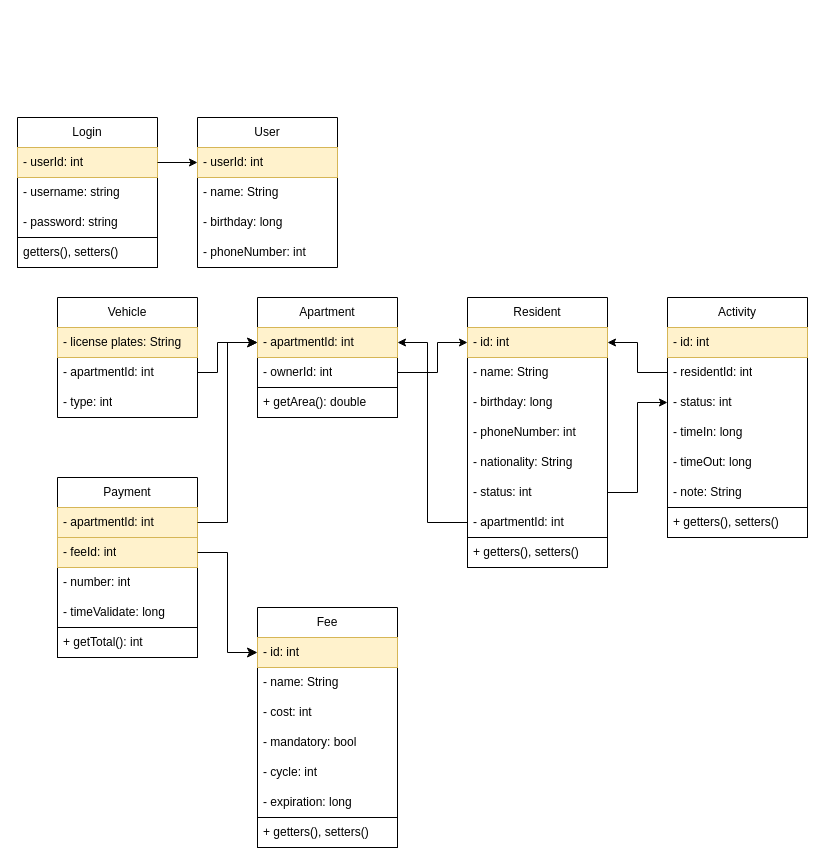
Above: sqlChart.drawio in liguang612/ApartmentManagement (draw.io), before the change. Source tidied: cells renumbered, new cells numbered last; positions are measured from the earlier drawing's top-left corner, leaving out a move shared by most shapes. Both pictures are drawn from the tidied source at 100%, with x=0, y=0 at pixel (17, 117).
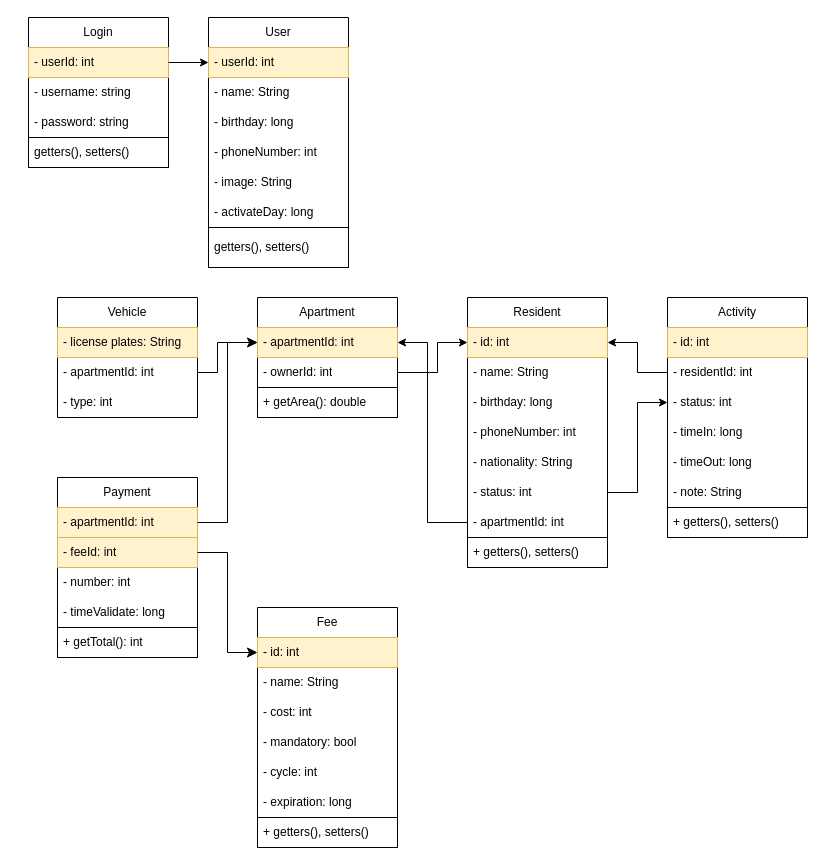
After the change.

What changed in the source:
```diff
@@
     <mxCell id="2" value="Login" style="swimlane;fontStyle=0;horizontal=1;startSize=30;whiteSpace=wrap;html=1;" parent="1" vertex="1">
-      <mxGeometry width="140" height="150" as="geometry" />
+      <mxGeometry x="11" y="-100" width="140" height="150" as="geometry" />
     </mxCell>
@@
     <mxCell id="8" value="User" style="swimlane;fontStyle=0;horizontal=1;startSize=30;whiteSpace=wrap;html=1;" parent="1" vertex="1">
-      <mxGeometry x="180" width="140" height="150" as="geometry" />
+      <mxGeometry x="191" y="-100" width="140" height="250" as="geometry" />
     </mxCell>
@@
+    <mxCell id="65" value="- image: String" style="text;strokeColor=none;fillColor=none;align=left;verticalAlign=middle;spacingLeft=4;spacingRight=4;overflow=hidden;whiteSpace=wrap;html=1;" parent="8" vertex="1">
+      <mxGeometry y="150" width="140" height="30" as="geometry" />
+    </mxCell>
+    <mxCell id="66" value="- activateDay: long" style="text;strokeColor=none;fillColor=none;align=left;verticalAlign=middle;spacingLeft=4;spacingRight=4;overflow=hidden;whiteSpace=wrap;html=1;" parent="8" vertex="1">
+      <mxGeometry y="180" width="140" height="30" as="geometry" />
+    </mxCell>
+    <mxCell id="67" style="swimlane;startSize=0;" parent="8" vertex="1">
+      <mxGeometry y="210" width="140" height="40" as="geometry" />
+    </mxCell>
+    <mxCell id="68" value="getters(), setters()" style="text;strokeColor=none;fillColor=none;align=left;verticalAlign=middle;spacingLeft=4;spacingRight=4;overflow=hidden;whiteSpace=wrap;html=1;" parent="67" vertex="1">
+      <mxGeometry y="5" width="140" height="30" as="geometry" />
+    </mxCell>
```
